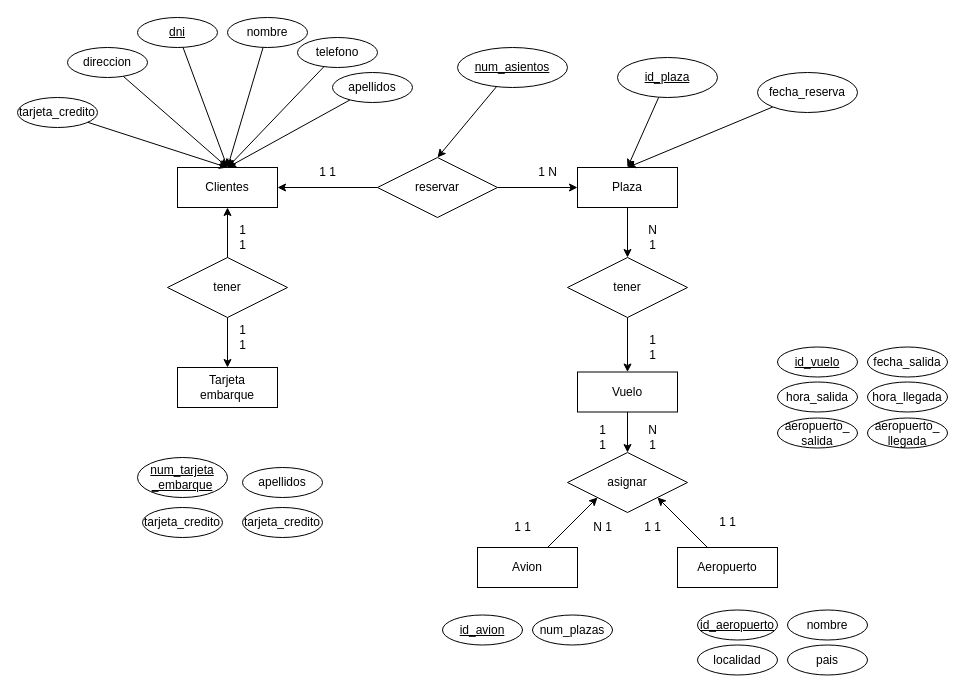
Before: ej8.drawio in adriii28/amr-tsys-C3U12-11102023, a draw.io diagram. Source tidied: cells renumbered, new cells numbered last; positions are measured from the earlier drawing's top-left corner, leaving out a move shared by most shapes. Both pictures are drawn from the tidied source at 100%, with x=0, y=0 at pixel (17, 17).
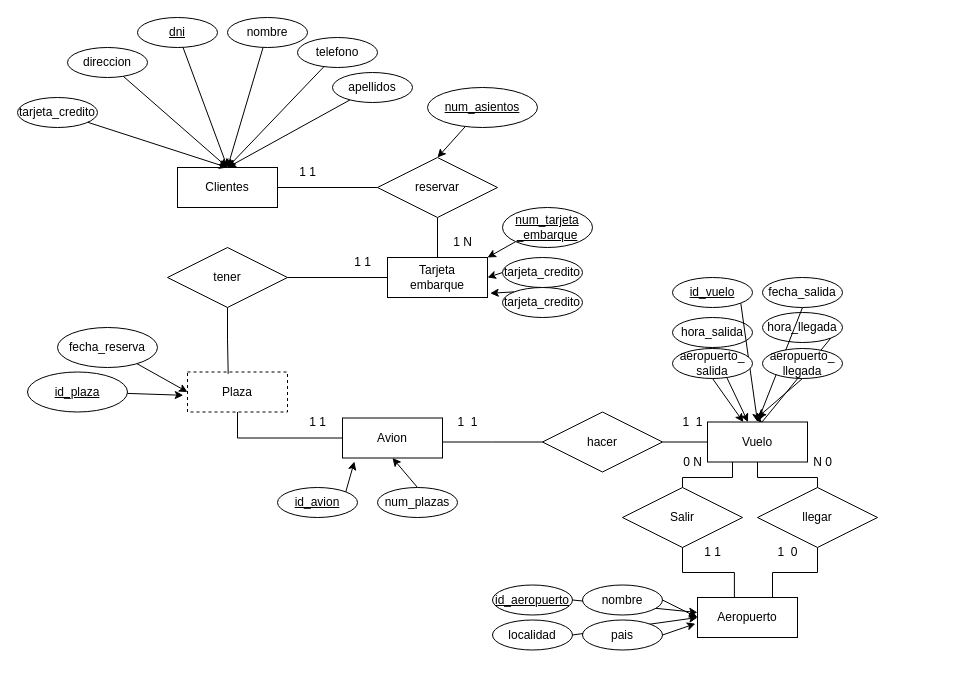
Above is the later version.

The change refers to these unchanged cells:
```xml
<mxCell id="2" value="Clientes" style="whiteSpace=wrap;html=1;align=center;" parent="1" vertex="1">
  <mxGeometry x="160" y="150" width="100" height="40" as="geometry" />
</mxCell>
<mxCell id="46" value="reservar" style="shape=rhombus;perimeter=rhombusPerimeter;whiteSpace=wrap;html=1;align=center;" parent="1" vertex="1">
  <mxGeometry x="360" y="140" width="120" height="60" as="geometry" />
</mxCell>
```

What changed in the source:
```diff
@@
-    <mxCell id="3" style="edgeStyle=orthogonalEdgeStyle;rounded=0;jettySize=auto;html=1;" parent="1" edge="1" source="4" target="49">
-      <mxGeometry relative="1" as="geometry" />
-    </mxCell>
-    <mxCell id="4" value="Vuelo" style="whiteSpace=wrap;html=1;align=center;" parent="1" vertex="1">
-      <mxGeometry x="560" y="354.5" width="100" height="40" as="geometry" />
-    </mxCell>
     <mxCell id="5" value="Tarjeta &lt;br&gt;embarque" style="whiteSpace=wrap;html=1;align=center;" parent="1" vertex="1">
-      <mxGeometry x="160" y="350" width="100" height="40" as="geometry" />
+      <mxGeometry x="370" y="240" width="100" height="40" as="geometry" />
     </mxCell>
-    <mxCell id="6" style="rounded=0;jettySize=auto;html=1;entryX=1;entryY=1;entryDx=0;entryDy=0;" parent="1" edge="1" source="7" target="49">
-      <mxGeometry relative="1" as="geometry" />
-    </mxCell>
     <mxCell id="7" value="Aeropuerto" style="whiteSpace=wrap;html=1;align=center;" parent="1" vertex="1">
-      <mxGeometry x="660" y="530" width="100" height="40" as="geometry" />
+      <mxGeometry x="680" y="580" width="100" height="40" as="geometry" />
     </mxCell>
-    <mxCell id="8" style="rounded=0;jettySize=auto;html=1;entryX=0;entryY=1;entryDx=0;entryDy=0;" parent="1" edge="1" source="9" target="49">
-      <mxGeometry relative="1" as="geometry" />
-    </mxCell>
     <mxCell id="9" value="Avion" style="whiteSpace=wrap;html=1;align=center;" parent="1" vertex="1">
-      <mxGeometry x="460" y="530" width="100" height="40" as="geometry" />
+      <mxGeometry x="325" y="400.5" width="100" height="40" as="geometry" />
     </mxCell>
-    <mxCell id="10" style="edgeStyle=orthogonalEdgeStyle;rounded=0;jettySize=auto;html=1;" parent="1" edge="1" source="11" target="48">
-      <mxGeometry relative="1" as="geometry" />
-    </mxCell>
+    <mxCell id="67" style="edgeStyle=orthogonalEdgeStyle;rounded=0;jettySize=auto;html=1;exitX=0.5;exitY=1;exitDx=0;exitDy=0;entryX=0;entryY=0.5;entryDx=0;entryDy=0;startArrow=none;startFill=0;endArrow=none;endFill=0;" parent="1" edge="1" source="11" target="9">
+      <mxGeometry relative="1" as="geometry" />
+    </mxCell>
-    <mxCell id="11" value="Plaza" style="whiteSpace=wrap;html=1;align=center;" parent="1" vertex="1">
-      <mxGeometry x="560" y="150" width="100" height="40" as="geometry" />
+    <mxCell id="11" value="Plaza" style="whiteSpace=wrap;html=1;align=center;dashed=1;" parent="1" vertex="1">
+      <mxGeometry x="170" y="354.5" width="100" height="40" as="geometry" />
     </mxCell>
@@
     <mxCell id="25" value="num_asientos" style="ellipse;whiteSpace=wrap;html=1;align=center;fontStyle=4;" parent="1" vertex="1">
-      <mxGeometry x="440" y="30" width="110" height="40" as="geometry" />
+      <mxGeometry x="410" y="70" width="110" height="40" as="geometry" />
     </mxCell>
-    <mxCell id="26" style="rounded=0;jettySize=auto;html=1;entryX=0.5;entryY=0;entryDx=0;entryDy=0;" parent="1" edge="1" source="27" target="11">
+    <mxCell id="26" style="rounded=0;jettySize=auto;html=1;entryX=0;entryY=0.5;entryDx=0;entryDy=0;" parent="1" edge="1" source="27" target="11">
       <mxGeometry relative="1" as="geometry" />
     </mxCell>
     <mxCell id="27" value="fecha_reserva" style="ellipse;whiteSpace=wrap;html=1;align=center;" parent="1" vertex="1">
-      <mxGeometry x="740" y="55" width="100" height="40" as="geometry" />
+      <mxGeometry x="40" y="310" width="100" height="40" as="geometry" />
     </mxCell>
+    <mxCell id="68" style="rounded=0;jettySize=auto;html=1;exitX=0;exitY=1;exitDx=0;exitDy=0;entryX=1;entryY=0;entryDx=0;entryDy=0;" parent="1" edge="1" source="28" target="5">
+      <mxGeometry relative="1" as="geometry" />
+    </mxCell>
     <mxCell id="28" value="num_tarjeta&lt;br&gt;_embarque" style="ellipse;whiteSpace=wrap;html=1;align=center;fontStyle=4;" parent="1" vertex="1">
-      <mxGeometry x="120" y="440" width="90" height="40" as="geometry" />
+      <mxGeometry x="485" y="190" width="90" height="40" as="geometry" />
     </mxCell>
     <mxCell id="29" value="tarjeta_credito" style="ellipse;whiteSpace=wrap;html=1;align=center;" parent="1" vertex="1">
-      <mxGeometry x="125" y="490" width="80" height="30" as="geometry" />
+      <mxGeometry x="485" y="270" width="80" height="30" as="geometry" />
     </mxCell>
-    <mxCell id="30" value="apellidos" style="ellipse;whiteSpace=wrap;html=1;align=center;" parent="1" vertex="1">
-      <mxGeometry x="225" y="450" width="80" height="30" as="geometry" />
-    </mxCell>
+    <mxCell id="69" style="rounded=0;jettySize=auto;html=1;exitX=0;exitY=0.5;exitDx=0;exitDy=0;entryX=1;entryY=0.5;entryDx=0;entryDy=0;" parent="1" edge="1" source="31" target="5">
+      <mxGeometry relative="1" as="geometry" />
+    </mxCell>
     <mxCell id="31" value="tarjeta_credito" style="ellipse;whiteSpace=wrap;html=1;align=center;" parent="1" vertex="1">
-      <mxGeometry x="225" y="490" width="80" height="30" as="geometry" />
+      <mxGeometry x="485" y="240" width="80" height="30" as="geometry" />
     </mxCell>
     <mxCell id="32" value="id_avion&lt;br&gt;" style="ellipse;whiteSpace=wrap;html=1;align=center;fontStyle=4;" parent="1" vertex="1">
-      <mxGeometry x="425" y="597.5" width="80" height="30" as="geometry" />
+      <mxGeometry x="260" y="470" width="80" height="30" as="geometry" />
     </mxCell>
+    <mxCell id="70" style="rounded=0;jettySize=auto;html=1;exitX=0.5;exitY=0;exitDx=0;exitDy=0;entryX=0.5;entryY=1;entryDx=0;entryDy=0;" parent="1" edge="1" source="33" target="9">
+      <mxGeometry relative="1" as="geometry" />
+    </mxCell>
     <mxCell id="33" value="num_plazas" style="ellipse;whiteSpace=wrap;html=1;align=center;" parent="1" vertex="1">
-      <mxGeometry x="515" y="597.5" width="80" height="30" as="geometry" />
+      <mxGeometry x="360" y="470" width="80" height="30" as="geometry" />
     </mxCell>
+    <mxCell id="71" style="rounded=0;jettySize=auto;html=1;exitX=1;exitY=0.5;exitDx=0;exitDy=0;entryX=0;entryY=0.5;entryDx=0;entryDy=0;" parent="1" edge="1" source="34" target="7">
+      <mxGeometry relative="1" as="geometry" />
+    </mxCell>
     <mxCell id="34" value="localidad" style="ellipse;whiteSpace=wrap;html=1;align=center;fontStyle=0;" parent="1" vertex="1">
-      <mxGeometry x="680" y="627.5" width="80" height="30" as="geometry" />
+      <mxGeometry x="475" y="602.5" width="80" height="30" as="geometry" />
     </mxCell>
     <mxCell id="35" value="pais" style="ellipse;whiteSpace=wrap;html=1;align=center;" parent="1" vertex="1">
-      <mxGeometry x="770" y="627.5" width="80" height="30" as="geometry" />
+      <mxGeometry x="565" y="602.5" width="80" height="30" as="geometry" />
     </mxCell>
+    <mxCell id="72" style="rounded=0;jettySize=auto;html=1;exitX=1;exitY=0.5;exitDx=0;exitDy=0;" parent="1" edge="1" source="36" target="7">
+      <mxGeometry relative="1" as="geometry" />
+    </mxCell>
     <mxCell id="36" value="id_aeropuerto" style="ellipse;whiteSpace=wrap;html=1;align=center;fontStyle=4;" parent="1" vertex="1">
-      <mxGeometry x="680" y="592.5" width="80" height="30" as="geometry" />
+      <mxGeometry x="475" y="567.5" width="80" height="30" as="geometry" />
     </mxCell>
+    <mxCell id="73" style="rounded=0;jettySize=auto;html=1;exitX=1;exitY=0.5;exitDx=0;exitDy=0;" parent="1" edge="1" source="37">
+      <mxGeometry relative="1" as="geometry">
+        <mxPoint x="680" y="600" as="targetPoint" />
+      </mxGeometry>
+    </mxCell>
     <mxCell id="37" value="nombre" style="ellipse;whiteSpace=wrap;html=1;align=center;" parent="1" vertex="1">
-      <mxGeometry x="770" y="592.5" width="80" height="30" as="geometry" />
+      <mxGeometry x="565" y="567.5" width="80" height="30" as="geometry" />
     </mxCell>
+    <mxCell id="74" style="rounded=0;jettySize=auto;html=1;exitX=0.5;exitY=1;exitDx=0;exitDy=0;" parent="1" edge="1" source="38" target="4">
+      <mxGeometry relative="1" as="geometry" />
+    </mxCell>
     <mxCell id="38" value="hora_salida" style="ellipse;whiteSpace=wrap;html=1;align=center;fontStyle=0;" parent="1" vertex="1">
-      <mxGeometry x="760" y="364.5" width="80" height="30" as="geometry" />
+      <mxGeometry x="655" y="300" width="80" height="30" as="geometry" />
     </mxCell>
+    <mxCell id="75" style="rounded=0;jettySize=auto;html=1;exitX=1;exitY=1;exitDx=0;exitDy=0;" parent="1" edge="1" source="39">
+      <mxGeometry relative="1" as="geometry">
+        <mxPoint x="740" y="410" as="targetPoint" />
+      </mxGeometry>
+    </mxCell>
     <mxCell id="39" value="hora_llegada" style="ellipse;whiteSpace=wrap;html=1;align=center;" parent="1" vertex="1">
-      <mxGeometry x="850" y="364.5" width="80" height="30" as="geometry" />
+      <mxGeometry x="745" y="295" width="80" height="30" as="geometry" />
     </mxCell>
+    <mxCell id="76" style="rounded=0;jettySize=auto;html=1;exitX=1;exitY=1;exitDx=0;exitDy=0;entryX=0.5;entryY=0;entryDx=0;entryDy=0;" parent="1" edge="1" source="40" target="4">
+      <mxGeometry relative="1" as="geometry" />
+    </mxCell>
     <mxCell id="40" value="id_vuelo" style="ellipse;whiteSpace=wrap;html=1;align=center;fontStyle=4;" parent="1" vertex="1">
-      <mxGeometry x="760" y="329.5" width="80" height="30" as="geometry" />
+      <mxGeometry x="655" y="260" width="80" height="30" as="geometry" />
     </mxCell>
+    <mxCell id="77" style="rounded=0;jettySize=auto;html=1;exitX=0.5;exitY=1;exitDx=0;exitDy=0;entryX=0.5;entryY=0;entryDx=0;entryDy=0;" parent="1" edge="1" source="41" target="4">
+      <mxGeometry relative="1" as="geometry" />
+    </mxCell>
     <mxCell id="41" value="fecha_salida" style="ellipse;whiteSpace=wrap;html=1;align=center;" parent="1" vertex="1">
-      <mxGeometry x="850" y="329.5" width="80" height="30" as="geometry" />
+      <mxGeometry x="745" y="260" width="80" height="30" as="geometry" />
     </mxCell>
+    <mxCell id="78" style="rounded=0;jettySize=auto;html=1;exitX=0.5;exitY=1;exitDx=0;exitDy=0;" parent="1" edge="1" source="42" target="4">
+      <mxGeometry relative="1" as="geometry" />
+    </mxCell>
     <mxCell id="42" value="aeropuerto_&lt;br&gt;salida" style="ellipse;whiteSpace=wrap;html=1;align=center;fontStyle=0;" parent="1" vertex="1">
-      <mxGeometry x="760" y="400.5" width="80" height="30" as="geometry" />
+      <mxGeometry x="655" y="331" width="80" height="30" as="geometry" />
     </mxCell>
+    <mxCell id="79" style="rounded=0;jettySize=auto;html=1;exitX=0.5;exitY=1;exitDx=0;exitDy=0;" parent="1" edge="1" source="43">
+      <mxGeometry relative="1" as="geometry">
+        <mxPoint x="740" y="400" as="targetPoint" />
+      </mxGeometry>
+    </mxCell>
     <mxCell id="43" value="aeropuerto_&lt;br&gt;llegada" style="ellipse;whiteSpace=wrap;html=1;align=center;" parent="1" vertex="1">
-      <mxGeometry x="850" y="400.5" width="80" height="30" as="geometry" />
+      <mxGeometry x="745" y="331" width="80" height="30" as="geometry" />
     </mxCell>
-    <mxCell id="44" style="edgeStyle=orthogonalEdgeStyle;rounded=0;jettySize=auto;html=1;entryX=1;entryY=0.5;entryDx=0;entryDy=0;" parent="1" edge="1" source="46" target="2">
+    <mxCell id="44" style="edgeStyle=orthogonalEdgeStyle;rounded=0;jettySize=auto;html=1;entryX=1;entryY=0.5;entryDx=0;entryDy=0;startArrow=none;startFill=0;endArrow=none;endFill=0;" parent="1" edge="1" source="46" target="2">
       <mxGeometry relative="1" as="geometry" />
     </mxCell>
-    <mxCell id="45" style="edgeStyle=orthogonalEdgeStyle;rounded=0;jettySize=auto;html=1;entryX=0;entryY=0.5;entryDx=0;entryDy=0;" parent="1" edge="1" source="46" target="11">
+    <mxCell id="45" style="edgeStyle=orthogonalEdgeStyle;rounded=0;jettySize=auto;html=1;entryX=0.5;entryY=0;entryDx=0;entryDy=0;startArrow=none;startFill=0;endArrow=none;endFill=0;" parent="1" edge="1" source="46" target="5">
       <mxGeometry relative="1" as="geometry" />
     </mxCell>
@@
-    <mxCell id="47" style="edgeStyle=orthogonalEdgeStyle;rounded=0;jettySize=auto;html=1;entryX=0.5;entryY=0;entryDx=0;entryDy=0;" parent="1" edge="1" source="48" target="4">
-      <mxGeometry relative="1" as="geometry" />
-    </mxCell>
-    <mxCell id="48" value="tener" style="shape=rhombus;perimeter=rhombusPerimeter;whiteSpace=wrap;html=1;align=center;" parent="1" vertex="1">
-      <mxGeometry x="550" y="240" width="120" height="60" as="geometry" />
-    </mxCell>
+    <mxCell id="80" style="edgeStyle=orthogonalEdgeStyle;rounded=0;jettySize=auto;html=1;entryX=0;entryY=0.5;entryDx=0;entryDy=0;startArrow=none;startFill=0;endArrow=none;endFill=0;" parent="1" edge="1" source="49" target="4">
+      <mxGeometry relative="1" as="geometry" />
+    </mxCell>
-    <mxCell id="49" value="asignar" style="shape=rhombus;perimeter=rhombusPerimeter;whiteSpace=wrap;html=1;align=center;" parent="1" vertex="1">
-      <mxGeometry x="550" y="435" width="120" height="60" as="geometry" />
+    <mxCell id="49" value="hacer" style="shape=rhombus;perimeter=rhombusPerimeter;whiteSpace=wrap;html=1;align=center;" parent="1" vertex="1">
+      <mxGeometry x="525" y="394.5" width="120" height="60" as="geometry" />
     </mxCell>
-    <mxCell id="50" style="edgeStyle=orthogonalEdgeStyle;rounded=0;jettySize=auto;html=1;entryX=0.5;entryY=1;entryDx=0;entryDy=0;" parent="1" edge="1" source="52" target="2">
-      <mxGeometry relative="1" as="geometry" />
-    </mxCell>
-    <mxCell id="51" style="edgeStyle=orthogonalEdgeStyle;rounded=0;jettySize=auto;html=1;" parent="1" edge="1" source="52" target="5">
+    <mxCell id="51" style="edgeStyle=orthogonalEdgeStyle;rounded=0;jettySize=auto;html=1;startArrow=none;startFill=0;endArrow=none;endFill=0;" parent="1" edge="1" source="52" target="5">
       <mxGeometry relative="1" as="geometry" />
     </mxCell>
     <mxCell id="52" value="tener" style="shape=rhombus;perimeter=rhombusPerimeter;whiteSpace=wrap;html=1;align=center;" parent="1" vertex="1">
-      <mxGeometry x="150" y="240" width="120" height="60" as="geometry" />
+      <mxGeometry x="150" y="230" width="120" height="60" as="geometry" />
     </mxCell>
     <mxCell id="53" value="1 N" style="text;html=1;align=center;verticalAlign=middle;strokeColor=none;fillColor=none;" parent="1" vertex="1">
-      <mxGeometry x="510" y="140" width="40" height="30" as="geometry" />
+      <mxGeometry x="425" y="210" width="40" height="30" as="geometry" />
     </mxCell>
     <mxCell id="54" value="1 1" style="text;html=1;align=center;verticalAlign=middle;strokeColor=none;fillColor=none;" parent="1" vertex="1">
-      <mxGeometry x="290" y="140" width="40" height="30" as="geometry" />
+      <mxGeometry x="270" y="140" width="40" height="30" as="geometry" />
     </mxCell>
-    <mxCell id="55" style="rounded=0;jettySize=auto;html=1;entryX=0.5;entryY=0;entryDx=0;entryDy=0;" parent="1" edge="1" source="56" target="11">
+    <mxCell id="55" style="rounded=0;jettySize=auto;html=1;entryX=-0.042;entryY=0.582;entryDx=0;entryDy=0;entryPerimeter=0;" parent="1" edge="1" source="56" target="11">
       <mxGeometry relative="1" as="geometry" />
     </mxCell>
     <mxCell id="56" value="id_plaza" style="ellipse;whiteSpace=wrap;html=1;align=center;fontStyle=4;" parent="1" vertex="1">
-      <mxGeometry x="600" y="40" width="100" height="40" as="geometry" />
+      <mxGeometry x="10" y="354.5" width="100" height="40" as="geometry" />
     </mxCell>
-    <mxCell id="57" value="1&lt;br&gt;1" style="text;html=1;align=center;verticalAlign=middle;strokeColor=none;fillColor=none;" parent="1" vertex="1">
-      <mxGeometry x="620" y="310" width="30" height="40" as="geometry" />
-    </mxCell>
-    <mxCell id="58" value="N&lt;br&gt;1" style="text;html=1;align=center;verticalAlign=middle;strokeColor=none;fillColor=none;" parent="1" vertex="1">
-      <mxGeometry x="620" y="200" width="30" height="40" as="geometry" />
-    </mxCell>
-    <mxCell id="59" value="1&lt;br&gt;1" style="text;html=1;align=center;verticalAlign=middle;strokeColor=none;fillColor=none;" parent="1" vertex="1">
-      <mxGeometry x="210" y="300" width="30" height="40" as="geometry" />
-    </mxCell>
-    <mxCell id="60" value="1&lt;br&gt;1" style="text;html=1;align=center;verticalAlign=middle;strokeColor=none;fillColor=none;" parent="1" vertex="1">
-      <mxGeometry x="210" y="200" width="30" height="40" as="geometry" />
-    </mxCell>
-    <mxCell id="61" value="N&lt;br&gt;1" style="text;html=1;align=center;verticalAlign=middle;strokeColor=none;fillColor=none;" parent="1" vertex="1">
-      <mxGeometry x="620" y="400" width="30" height="40" as="geometry" />
-    </mxCell>
-    <mxCell id="62" value="1 1" style="text;html=1;align=center;verticalAlign=middle;strokeColor=none;fillColor=none;" parent="1" vertex="1">
-      <mxGeometry x="690" y="490" width="40" height="30" as="geometry" />
-    </mxCell>
-    <mxCell id="63" value="1 1" style="text;html=1;align=center;verticalAlign=middle;strokeColor=none;fillColor=none;" parent="1" vertex="1">
-      <mxGeometry x="485" y="495" width="40" height="30" as="geometry" />
-    </mxCell>
-    <mxCell id="64" value="1&lt;br&gt;1" style="text;html=1;align=center;verticalAlign=middle;strokeColor=none;fillColor=none;" parent="1" vertex="1">
-      <mxGeometry x="570" y="400" width="30" height="40" as="geometry" />
-    </mxCell>
-    <mxCell id="65" value="1 1" style="text;html=1;align=center;verticalAlign=middle;strokeColor=none;fillColor=none;" parent="1" vertex="1">
-      <mxGeometry x="615" y="495" width="40" height="30" as="geometry" />
-    </mxCell>
-    <mxCell id="66" value="N 1" style="text;html=1;align=center;verticalAlign=middle;strokeColor=none;fillColor=none;" parent="1" vertex="1">
-      <mxGeometry x="565" y="495" width="40" height="30" as="geometry" />
-    </mxCell>
+    <mxCell id="81" style="edgeStyle=orthogonalEdgeStyle;rounded=0;jettySize=auto;html=1;entryX=0.407;entryY=0.048;entryDx=0;entryDy=0;entryPerimeter=0;startArrow=none;startFill=0;endArrow=none;endFill=0;" parent="1" edge="1" source="52" target="11">
+      <mxGeometry relative="1" as="geometry" />
+    </mxCell>
+    <mxCell id="82" style="edgeStyle=orthogonalEdgeStyle;rounded=0;jettySize=auto;html=1;entryX=0.5;entryY=0;entryDx=0;entryDy=0;startArrow=none;startFill=0;endArrow=none;endFill=0;" parent="1" edge="1" source="4" target="86">
+      <mxGeometry relative="1" as="geometry">
+        <Array as="points">
+          <mxPoint x="740" y="460" />
+          <mxPoint x="800" y="460" />
+        </Array>
+      </mxGeometry>
+    </mxCell>
+    <mxCell id="83" style="edgeStyle=orthogonalEdgeStyle;rounded=0;jettySize=auto;html=1;exitX=0.25;exitY=1;exitDx=0;exitDy=0;startArrow=none;startFill=0;endArrow=none;endFill=0;" parent="1" edge="1" source="4" target="84">
+      <mxGeometry relative="1" as="geometry">
+        <Array as="points">
+          <mxPoint x="715" y="460" />
+          <mxPoint x="665" y="460" />
+        </Array>
+      </mxGeometry>
+    </mxCell>
+    <mxCell id="4" value="Vuelo" style="whiteSpace=wrap;html=1;align=center;" parent="1" vertex="1">
+      <mxGeometry x="690" y="404.5" width="100" height="40" as="geometry" />
+    </mxCell>
+    <mxCell id="8" style="edgeStyle=orthogonalEdgeStyle;rounded=0;jettySize=auto;html=1;entryX=0;entryY=0.5;entryDx=0;entryDy=0;startArrow=none;startFill=0;endArrow=none;endFill=0;" parent="1" edge="1" source="9" target="49">
+      <mxGeometry relative="1" as="geometry">
+        <Array as="points">
+          <mxPoint x="475" y="425" />
+        </Array>
+      </mxGeometry>
+    </mxCell>
+    <mxCell id="84" value="Salir" style="shape=rhombus;perimeter=rhombusPerimeter;whiteSpace=wrap;html=1;align=center;" parent="1" vertex="1">
+      <mxGeometry x="605" y="470" width="120" height="60" as="geometry" />
+    </mxCell>
+    <mxCell id="85" style="edgeStyle=orthogonalEdgeStyle;rounded=0;jettySize=auto;html=1;entryX=0.75;entryY=0;entryDx=0;entryDy=0;startArrow=none;startFill=0;endArrow=none;endFill=0;" parent="1" edge="1" source="86" target="7">
+      <mxGeometry relative="1" as="geometry" />
+    </mxCell>
+    <mxCell id="86" value="llegar" style="shape=rhombus;perimeter=rhombusPerimeter;whiteSpace=wrap;html=1;align=center;" parent="1" vertex="1">
+      <mxGeometry x="740" y="470" width="120" height="60" as="geometry" />
+    </mxCell>
+    <mxCell id="87" style="edgeStyle=orthogonalEdgeStyle;rounded=0;jettySize=auto;html=1;entryX=0.369;entryY=0.005;entryDx=0;entryDy=0;entryPerimeter=0;startArrow=none;startFill=0;endArrow=none;endFill=0;" parent="1" edge="1" source="84" target="7">
+      <mxGeometry relative="1" as="geometry" />
+    </mxCell>
+    <mxCell id="88" style="rounded=0;jettySize=auto;html=1;exitX=0;exitY=0;exitDx=0;exitDy=0;entryX=1.027;entryY=0.893;entryDx=0;entryDy=0;entryPerimeter=0;" parent="1" edge="1" source="29" target="5">
+      <mxGeometry relative="1" as="geometry" />
+    </mxCell>
+    <mxCell id="89" style="rounded=0;jettySize=auto;html=1;exitX=1;exitY=0;exitDx=0;exitDy=0;entryX=0.119;entryY=1.088;entryDx=0;entryDy=0;entryPerimeter=0;" parent="1" edge="1" source="32" target="9">
+      <mxGeometry relative="1" as="geometry" />
+    </mxCell>
+    <mxCell id="90" style="rounded=0;jettySize=auto;html=1;exitX=1;exitY=0.5;exitDx=0;exitDy=0;entryX=-0.021;entryY=0.654;entryDx=0;entryDy=0;entryPerimeter=0;" parent="1" edge="1" source="35" target="7">
+      <mxGeometry relative="1" as="geometry" />
+    </mxCell>
+    <mxCell id="91" value="1 1" style="text;html=1;align=center;verticalAlign=middle;strokeColor=none;fillColor=none;" parent="1" vertex="1">
+      <mxGeometry x="325" y="230" width="40" height="30" as="geometry" />
+    </mxCell>
+    <mxCell id="92" value="1&amp;nbsp; 1" style="text;html=1;align=center;verticalAlign=middle;strokeColor=none;fillColor=none;" parent="1" vertex="1">
+      <mxGeometry x="655" y="390" width="40" height="30" as="geometry" />
+    </mxCell>
+    <mxCell id="93" value="1&amp;nbsp; 1" style="text;html=1;align=center;verticalAlign=middle;strokeColor=none;fillColor=none;" parent="1" vertex="1">
+      <mxGeometry x="430" y="390" width="40" height="30" as="geometry" />
+    </mxCell>
+    <mxCell id="94" value="1 1" style="text;html=1;align=center;verticalAlign=middle;strokeColor=none;fillColor=none;" parent="1" vertex="1">
+      <mxGeometry x="675" y="520" width="40" height="30" as="geometry" />
+    </mxCell>
+    <mxCell id="95" value="0 N" style="text;html=1;align=center;verticalAlign=middle;strokeColor=none;fillColor=none;" parent="1" vertex="1">
+      <mxGeometry x="655" y="430" width="40" height="30" as="geometry" />
+    </mxCell>
+    <mxCell id="96" value="1&amp;nbsp; 0" style="text;html=1;align=center;verticalAlign=middle;strokeColor=none;fillColor=none;" parent="1" vertex="1">
+      <mxGeometry x="750" y="520" width="40" height="30" as="geometry" />
+    </mxCell>
+    <mxCell id="97" value="N 0" style="text;html=1;align=center;verticalAlign=middle;strokeColor=none;fillColor=none;" parent="1" vertex="1">
+      <mxGeometry x="785" y="430" width="40" height="30" as="geometry" />
+    </mxCell>
+    <mxCell id="98" value="1 1" style="text;html=1;align=center;verticalAlign=middle;strokeColor=none;fillColor=none;" parent="1" vertex="1">
+      <mxGeometry x="280" y="390" width="40" height="30" as="geometry" />
+    </mxCell>
```
